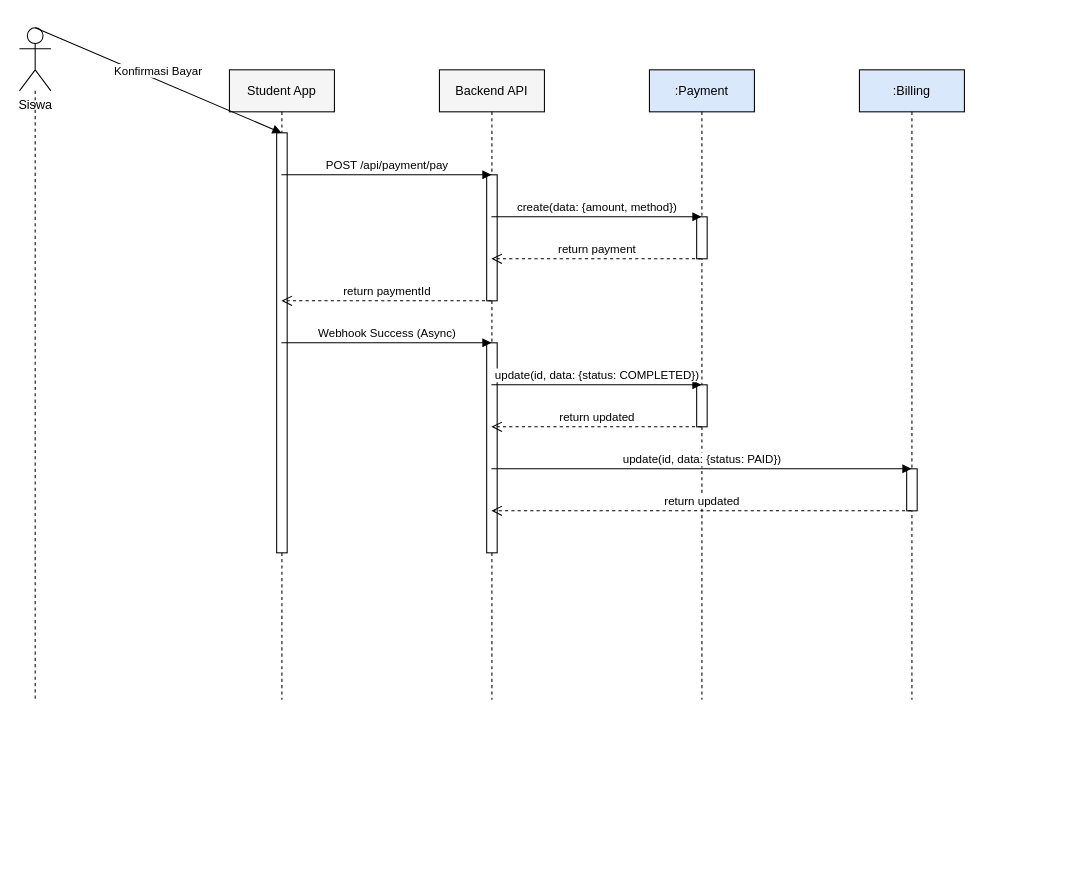
Above: docs/sequence_student_payment.drawio in muhammaddzaki123/adminkassmpit (draw.io), before the change. Source tidied: cells renumbered, new cells numbered last; positions are measured from the earlier drawing's top-left corner, leaving out a move shared by most shapes. Both pictures are drawn from the tidied source at 105%, with x=0, y=0 at pixel (19, 27).
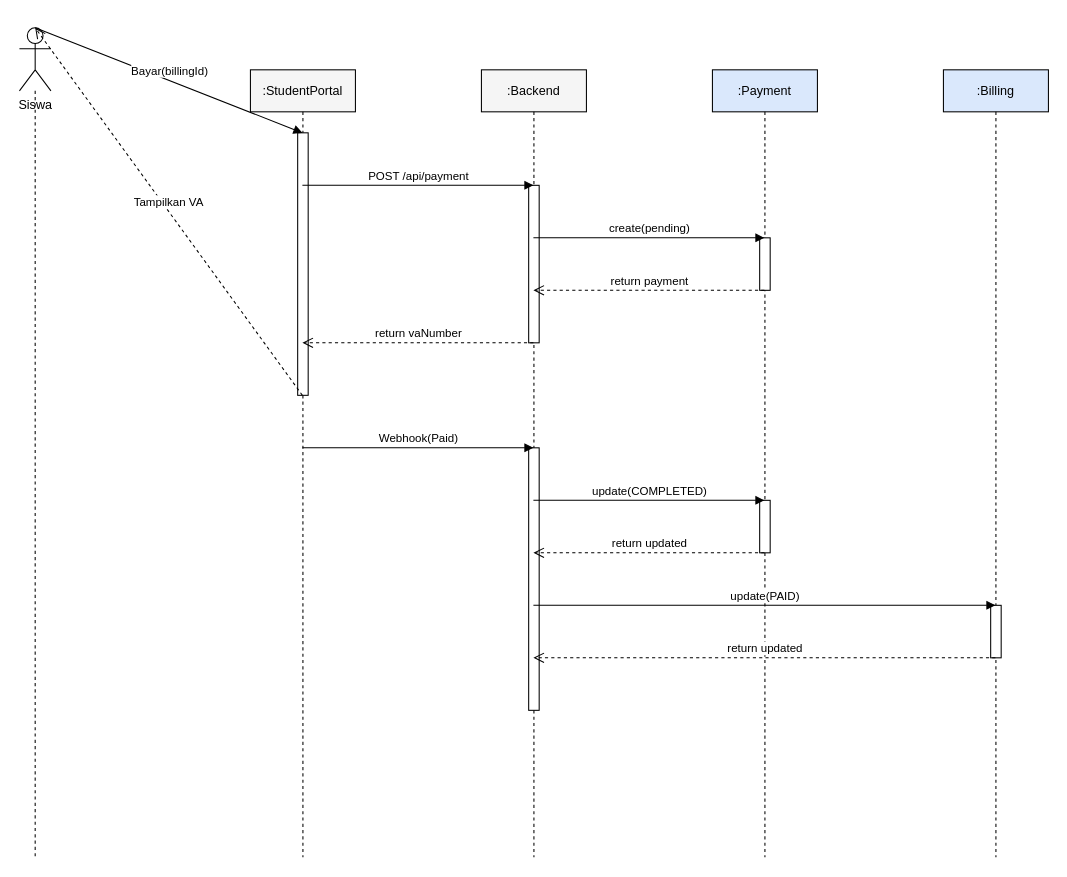
Above is the later version.

The change refers to these unchanged cells:
```xml
<mxCell id="2" value="Siswa" style="shape=umlActor;verticalLabelPosition=bottom;verticalAlign=top;html=1;outlineConnect=0;" parent="1" vertex="1">
  <mxGeometry width="30" height="60" as="geometry" />
</mxCell>
```

Change to the diagram source:
```diff
@@
     <mxCell id="3" style="endArrow=none;dashed=1;html=1;" parent="1" edge="1" source="2">
       <mxGeometry relative="1" as="geometry">
-        <mxPoint x="15" y="640" as="targetPoint" />
+        <mxPoint x="15" y="790" as="targetPoint" />
       </mxGeometry>
     </mxCell>
-    <mxCell id="4" value="Student App" style="shape=umlLifeline;perimeter=lifelinePerimeter;whiteSpace=wrap;html=1;outlineConnect=0;fillColor=#f5f5f5;" parent="1" vertex="1">
-      <mxGeometry x="200" y="40" width="100" height="600" as="geometry" />
+    <mxCell id="4" value=":StudentPortal" style="shape=umlLifeline;perimeter=lifelinePerimeter;whiteSpace=wrap;html=1;outlineConnect=0;fillColor=#f5f5f5;" parent="1" vertex="1">
+      <mxGeometry x="220" y="40" width="100" height="750" as="geometry" />
     </mxCell>
-    <mxCell id="5" value="Backend API" style="shape=umlLifeline;perimeter=lifelinePerimeter;whiteSpace=wrap;html=1;outlineConnect=0;fillColor=#f5f5f5;" parent="1" vertex="1">
-      <mxGeometry x="400" y="40" width="100" height="600" as="geometry" />
+    <mxCell id="5" value=":Backend" style="shape=umlLifeline;perimeter=lifelinePerimeter;whiteSpace=wrap;html=1;outlineConnect=0;fillColor=#f5f5f5;" parent="1" vertex="1">
+      <mxGeometry x="440" y="40" width="100" height="750" as="geometry" />
     </mxCell>
     <mxCell id="6" value=":Payment" style="shape=umlLifeline;perimeter=lifelinePerimeter;whiteSpace=wrap;html=1;outlineConnect=0;fillColor=#dae8fc;" parent="1" vertex="1">
-      <mxGeometry x="600" y="40" width="100" height="600" as="geometry" />
+      <mxGeometry x="660" y="40" width="100" height="750" as="geometry" />
     </mxCell>
     <mxCell id="7" value=":Billing" style="shape=umlLifeline;perimeter=lifelinePerimeter;whiteSpace=wrap;html=1;outlineConnect=0;fillColor=#dae8fc;" parent="1" vertex="1">
-      <mxGeometry x="800" y="40" width="100" height="600" as="geometry" />
+      <mxGeometry x="880" y="40" width="100" height="750" as="geometry" />
     </mxCell>
     <mxCell id="8" style="html=1;perimeter=orthogonalPerimeter;fillColor=#FFFFFF;strokeColor=#000000;" parent="1" vertex="1">
-      <mxGeometry x="645" y="180" width="10" height="40" as="geometry" />
+      <mxGeometry x="705" y="200" width="10" height="50" as="geometry" />
     </mxCell>
     <mxCell id="9" style="html=1;perimeter=orthogonalPerimeter;fillColor=#FFFFFF;strokeColor=#000000;" parent="1" vertex="1">
-      <mxGeometry x="445" y="140" width="10" height="120" as="geometry" />
+      <mxGeometry x="485" y="150" width="10" height="150" as="geometry" />
     </mxCell>
     <mxCell id="10" style="html=1;perimeter=orthogonalPerimeter;fillColor=#FFFFFF;strokeColor=#000000;" parent="1" vertex="1">
-      <mxGeometry x="645" y="340" width="10" height="40" as="geometry" />
+      <mxGeometry x="265" y="100" width="10" height="250" as="geometry" />
     </mxCell>
     <mxCell id="11" style="html=1;perimeter=orthogonalPerimeter;fillColor=#FFFFFF;strokeColor=#000000;" parent="1" vertex="1">
-      <mxGeometry x="845" y="420" width="10" height="40" as="geometry" />
+      <mxGeometry x="705" y="450" width="10" height="50" as="geometry" />
     </mxCell>
     <mxCell id="12" style="html=1;perimeter=orthogonalPerimeter;fillColor=#FFFFFF;strokeColor=#000000;" parent="1" vertex="1">
-      <mxGeometry x="245" y="100" width="10" height="400" as="geometry" />
+      <mxGeometry x="925" y="550" width="10" height="50" as="geometry" />
     </mxCell>
     <mxCell id="13" style="html=1;perimeter=orthogonalPerimeter;fillColor=#FFFFFF;strokeColor=#000000;" parent="1" vertex="1">
-      <mxGeometry x="445" y="300" width="10" height="200" as="geometry" />
+      <mxGeometry x="485" y="400" width="10" height="250" as="geometry" />
     </mxCell>
-    <mxCell id="14" value="Konfirmasi Bayar" style="html=1;verticalAlign=bottom;endArrow=block;rounded=0;entryX=0.5;entryY=0.1;exitX=0.5;exitY=0.1;" parent="1" edge="1" source="2" target="4">
+    <mxCell id="14" value="Bayar(billingId)" style="html=1;verticalAlign=bottom;endArrow=block;rounded=0;entryX=0.5;entryY=0.08;exitX=0.5;exitY=0.08;" parent="1" edge="1" source="2" target="4">
       <mxGeometry relative="1" as="geometry" />
     </mxCell>
-    <mxCell id="15" value="POST /api/payment/pay" style="html=1;verticalAlign=bottom;endArrow=block;rounded=0;entryX=0.5;entryY=0.16666666666666666;exitX=0.5;exitY=0.16666666666666666;" parent="1" edge="1" source="4" target="5">
+    <mxCell id="15" value="POST /api/payment" style="html=1;verticalAlign=bottom;endArrow=block;rounded=0;entryX=0.5;entryY=0.14666666666666667;exitX=0.5;exitY=0.14666666666666667;" parent="1" edge="1" source="4" target="5">
       <mxGeometry relative="1" as="geometry" />
     </mxCell>
-    <mxCell id="16" value="create(data: {amount, method})" style="html=1;verticalAlign=bottom;endArrow=block;rounded=0;entryX=0.5;entryY=0.23333333333333334;exitX=0.5;exitY=0.23333333333333334;" parent="1" edge="1" source="5" target="6">
+    <mxCell id="16" value="create(pending)" style="html=1;verticalAlign=bottom;endArrow=block;rounded=0;entryX=0.5;entryY=0.21333333333333335;exitX=0.5;exitY=0.21333333333333335;" parent="1" edge="1" source="5" target="6">
       <mxGeometry relative="1" as="geometry" />
     </mxCell>
-    <mxCell id="17" value="return payment" style="html=1;verticalAlign=bottom;endArrow=open;dashed=1;endSize=8;rounded=0;entryX=0.5;entryY=0.3;exitX=0.5;exitY=0.3;" parent="1" edge="1" source="6" target="5">
+    <mxCell id="17" value="return payment" style="html=1;verticalAlign=bottom;endArrow=open;dashed=1;endSize=8;rounded=0;entryX=0.5;entryY=0.28;exitX=0.5;exitY=0.28;" parent="1" edge="1" source="6" target="5">
       <mxGeometry relative="1" as="geometry" />
     </mxCell>
-    <mxCell id="18" value="return paymentId" style="html=1;verticalAlign=bottom;endArrow=open;dashed=1;endSize=8;rounded=0;entryX=0.5;entryY=0.36666666666666664;exitX=0.5;exitY=0.36666666666666664;" parent="1" edge="1" source="5" target="4">
+    <mxCell id="18" value="return vaNumber" style="html=1;verticalAlign=bottom;endArrow=open;dashed=1;endSize=8;rounded=0;entryX=0.5;entryY=0.3466666666666667;exitX=0.5;exitY=0.3466666666666667;" parent="1" edge="1" source="5" target="4">
       <mxGeometry relative="1" as="geometry" />
     </mxCell>
-    <mxCell id="19" value="Webhook Success (Async)" style="html=1;verticalAlign=bottom;endArrow=block;rounded=0;entryX=0.5;entryY=0.43333333333333335;exitX=0.5;exitY=0.43333333333333335;" parent="1" edge="1" source="4" target="5">
+    <mxCell id="19" value="Tampilkan VA" style="html=1;verticalAlign=bottom;endArrow=open;dashed=1;endSize=8;rounded=0;entryX=0.5;entryY=0.41333333333333333;exitX=0.5;exitY=0.41333333333333333;" parent="1" edge="1" source="4" target="2">
       <mxGeometry relative="1" as="geometry" />
     </mxCell>
-    <mxCell id="20" value="update(id, data: {status: COMPLETED})" style="html=1;verticalAlign=bottom;endArrow=block;rounded=0;entryX=0.5;entryY=0.5;exitX=0.5;exitY=0.5;" parent="1" edge="1" source="5" target="6">
+    <mxCell id="20" value="Webhook(Paid)" style="html=1;verticalAlign=bottom;endArrow=block;rounded=0;entryX=0.5;entryY=0.48;exitX=0.5;exitY=0.48;" parent="1" edge="1" source="4" target="5">
       <mxGeometry relative="1" as="geometry" />
     </mxCell>
-    <mxCell id="21" value="return updated" style="html=1;verticalAlign=bottom;endArrow=open;dashed=1;endSize=8;rounded=0;entryX=0.5;entryY=0.5666666666666667;exitX=0.5;exitY=0.5666666666666667;" parent="1" edge="1" source="6" target="5">
+    <mxCell id="21" value="update(COMPLETED)" style="html=1;verticalAlign=bottom;endArrow=block;rounded=0;entryX=0.5;entryY=0.5466666666666666;exitX=0.5;exitY=0.5466666666666666;" parent="1" edge="1" source="5" target="6">
       <mxGeometry relative="1" as="geometry" />
     </mxCell>
-    <mxCell id="22" value="update(id, data: {status: PAID})" style="html=1;verticalAlign=bottom;endArrow=block;rounded=0;entryX=0.5;entryY=0.6333333333333333;exitX=0.5;exitY=0.6333333333333333;" parent="1" edge="1" source="5" target="7">
+    <mxCell id="22" value="return updated" style="html=1;verticalAlign=bottom;endArrow=open;dashed=1;endSize=8;rounded=0;entryX=0.5;entryY=0.6133333333333333;exitX=0.5;exitY=0.6133333333333333;" parent="1" edge="1" source="6" target="5">
       <mxGeometry relative="1" as="geometry" />
     </mxCell>
-    <mxCell id="23" value="return updated" style="html=1;verticalAlign=bottom;endArrow=open;dashed=1;endSize=8;rounded=0;entryX=0.5;entryY=0.7;exitX=0.5;exitY=0.7;" parent="1" edge="1" source="7" target="5">
+    <mxCell id="23" value="update(PAID)" style="html=1;verticalAlign=bottom;endArrow=block;rounded=0;entryX=0.5;entryY=0.68;exitX=0.5;exitY=0.68;" parent="1" edge="1" source="5" target="7">
       <mxGeometry relative="1" as="geometry" />
     </mxCell>
+    <mxCell id="24" value="return updated" style="html=1;verticalAlign=bottom;endArrow=open;dashed=1;endSize=8;rounded=0;entryX=0.5;entryY=0.7466666666666667;exitX=0.5;exitY=0.7466666666666667;" parent="1" edge="1" source="7" target="5">
+      <mxGeometry relative="1" as="geometry" />
+    </mxCell>
```
